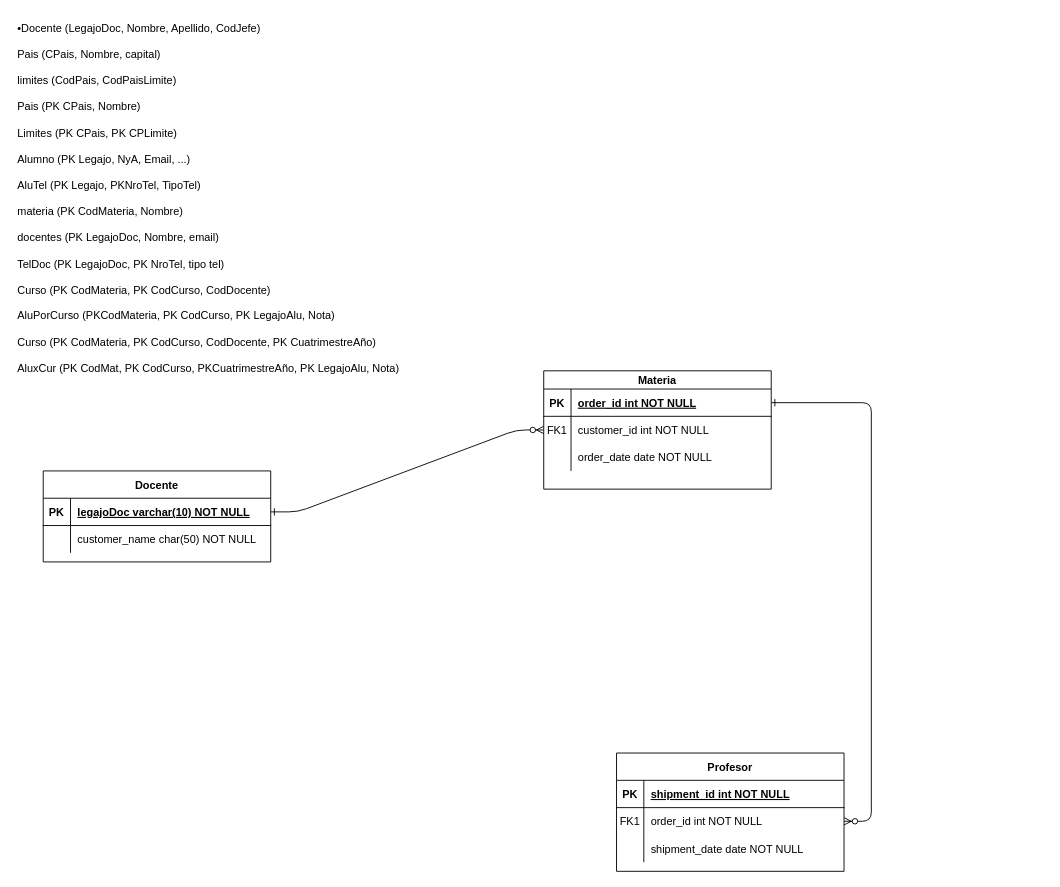
Above: Diagrama sin título.drawio in phoenix1179/BD (draw.io), before the change. Source tidied: cells renumbered, new cells numbered last; positions are measured from the earlier drawing's top-left corner, leaving out a move shared by most shapes. Both pictures are drawn from the tidied source at 91%, with x=0, y=0 at pixel (15, 15).
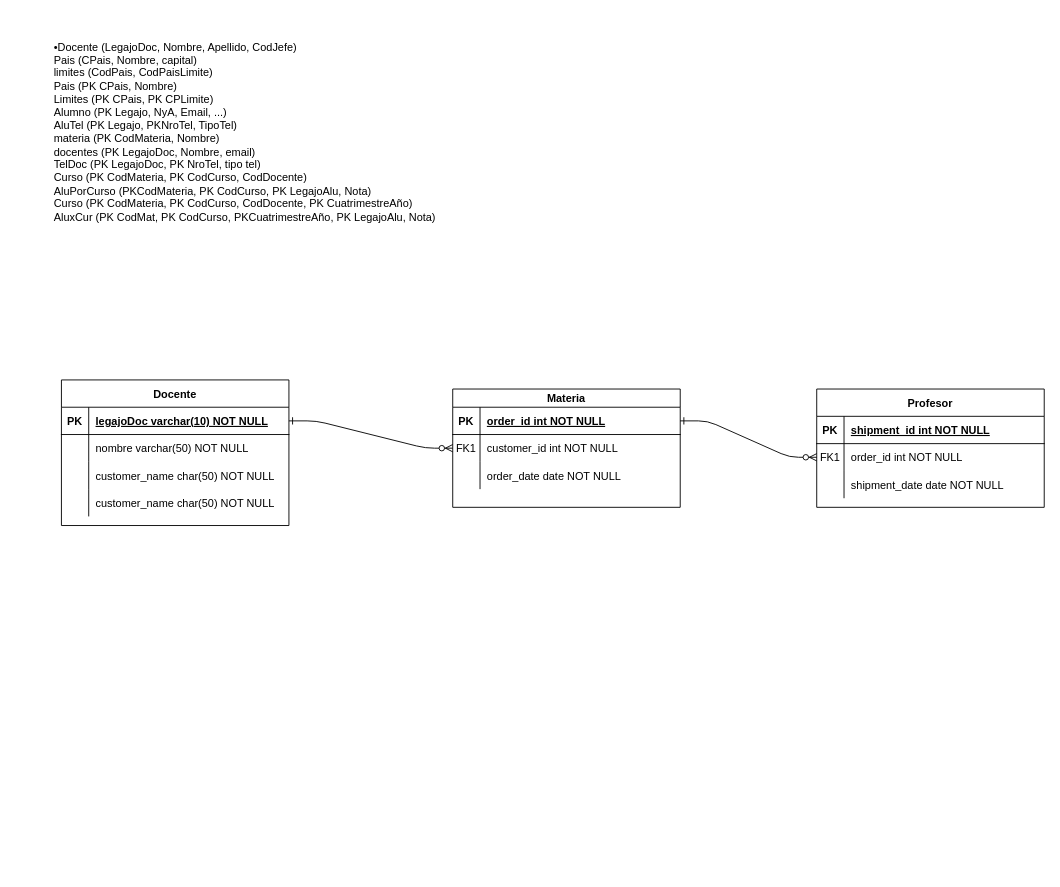
The same page after the edit.

Unchanged cells that the change refers to:
```xml
<mxCell id="28" style="shape=partialRectangle;fillColor=none;top=0;left=0;right=0;bottom=0;" parent="24" vertex="1">
  <mxGeometry y="60" width="250" height="30" as="geometry" />
</mxCell>
```

Change to the diagram source:
```diff
@@
     <mxCell id="4" value="Materia" style="shape=table;startSize=20;childLayout=tableLayout;rowLines=0;fontStyle=1;align=center;" parent="1" vertex="1">
-      <mxGeometry x="580" y="390" width="250" height="130" as="geometry" />
+      <mxGeometry x="480" y="410" width="250" height="130" as="geometry" />
     </mxCell>
@@
     <mxCell id="14" value="&#10;Profesor&#10;" style="shape=table;startSize=30;childLayout=tableLayout;rowLines=0;fontStyle=1;align=center;" parent="1" vertex="1">
-      <mxGeometry x="660" y="810" width="250" height="130" as="geometry" />
+      <mxGeometry x="880" y="410" width="250" height="130" as="geometry" />
     </mxCell>
@@
     <mxCell id="24" value="Docente" style="shape=table;startSize=30;childLayout=tableLayout;rowLines=0;fontStyle=1;align=center;" parent="1" vertex="1">
-      <mxGeometry x="30" y="500" width="250" height="100" as="geometry" />
+      <mxGeometry x="50" y="400" width="250" height="160" as="geometry" />
     </mxCell>
@@
-    <mxCell id="30" value="customer_name char(50) NOT NULL" style="shape=partialRectangle;overflow=hidden;fillColor=none;top=0;left=0;bottom=0;right=0;align=left;spacingLeft=6;" parent="28" vertex="1">
+    <mxCell id="30" value="nombre varchar(50) NOT NULL" style="shape=partialRectangle;overflow=hidden;fillColor=none;top=0;left=0;bottom=0;right=0;align=left;spacingLeft=6;" parent="28" vertex="1">
       <mxGeometry x="30" width="220" height="30" as="geometry" />
     </mxCell>
+    <mxCell id="32" style="shape=partialRectangle;fillColor=none;top=0;left=0;right=0;bottom=0;" parent="24" vertex="1">
+      <mxGeometry y="90" width="250" height="30" as="geometry" />
+    </mxCell>
+    <mxCell id="33" style="shape=partialRectangle;overflow=hidden;fillColor=none;top=0;left=0;bottom=0;right=0;" parent="32" vertex="1">
+      <mxGeometry width="30" height="30" as="geometry" />
+    </mxCell>
+    <mxCell id="34" value="customer_name char(50) NOT NULL" style="shape=partialRectangle;overflow=hidden;fillColor=none;top=0;left=0;bottom=0;right=0;align=left;spacingLeft=6;" parent="32" vertex="1">
+      <mxGeometry x="30" width="220" height="30" as="geometry" />
+    </mxCell>
+    <mxCell id="35" style="shape=partialRectangle;fillColor=none;top=0;left=0;right=0;bottom=0;" parent="24" vertex="1">
+      <mxGeometry y="120" width="250" height="30" as="geometry" />
+    </mxCell>
+    <mxCell id="36" style="shape=partialRectangle;overflow=hidden;fillColor=none;top=0;left=0;bottom=0;right=0;" parent="35" vertex="1">
+      <mxGeometry width="30" height="30" as="geometry" />
+    </mxCell>
+    <mxCell id="37" value="customer_name char(50) NOT NULL" style="shape=partialRectangle;overflow=hidden;fillColor=none;top=0;left=0;bottom=0;right=0;align=left;spacingLeft=6;" parent="35" vertex="1">
+      <mxGeometry x="30" width="220" height="30" as="geometry" />
+    </mxCell>
-    <mxCell id="31" value="&lt;div style=&quot;text-align: justify;&quot;&gt;•Docente (LegajoDoc, Nombre, Apellido, CodJefe)&lt;/div&gt;&lt;div style=&quot;text-align: justify;&quot;&gt;&lt;br&gt;&lt;/div&gt;&lt;div style=&quot;text-align: justify;&quot;&gt;Pais (CPais, Nombre, capital)&lt;/div&gt;&lt;div style=&quot;text-align: justify;&quot;&gt;&lt;span style=&quot;white-space: pre;&quot;&gt;&amp;nbsp;&amp;nbsp;&amp;nbsp;&amp;nbsp;&lt;/span&gt;&lt;/div&gt;&lt;div style=&quot;text-align: justify;&quot;&gt;limites (CodPais, CodPaisLimite)&lt;/div&gt;&lt;div style=&quot;text-align: justify;&quot;&gt;&lt;br&gt;&lt;/div&gt;&lt;div style=&quot;text-align: justify;&quot;&gt;Pais (PK CPais, Nombre)&lt;/div&gt;&lt;div style=&quot;text-align: justify;&quot;&gt;&lt;br&gt;&lt;/div&gt;&lt;div style=&quot;text-align: justify;&quot;&gt;Limites (PK CPais, PK CPLimite)&lt;/div&gt;&lt;div style=&quot;text-align: justify;&quot;&gt;&lt;br&gt;&lt;/div&gt;&lt;div style=&quot;text-align: justify;&quot;&gt;Alumno (PK Legajo, NyA, Email, ...)&lt;/div&gt;&lt;div style=&quot;text-align: justify;&quot;&gt;&lt;span style=&quot;&quot;&gt;&lt;span style=&quot;&quot;&gt;&lt;span style=&quot;white-space: pre;&quot;&gt;&amp;nbsp;&amp;nbsp;&amp;nbsp;&amp;nbsp;&lt;/span&gt;&lt;/span&gt;&amp;nbsp;&lt;/span&gt;&lt;/div&gt;&lt;div style=&quot;text-align: justify;&quot;&gt;AluTel (PK Legajo, PKNroTel, TipoTel)&lt;/div&gt;&lt;div style=&quot;text-align: justify;&quot;&gt;&lt;br&gt;&lt;/div&gt;&lt;div style=&quot;text-align: justify;&quot;&gt;materia (PK CodMateria, Nombre)&lt;/div&gt;&lt;div style=&quot;text-align: justify;&quot;&gt;&lt;br&gt;&lt;/div&gt;&lt;div style=&quot;text-align: justify;&quot;&gt;docentes (PK LegajoDoc, Nombre, email)&lt;/div&gt;&lt;div style=&quot;text-align: justify;&quot;&gt;&lt;br&gt;&lt;/div&gt;&lt;div style=&quot;text-align: justify;&quot;&gt;TelDoc (PK LegajoDoc, PK NroTel, tipo tel)&lt;/div&gt;&lt;div style=&quot;text-align: justify;&quot;&gt;&lt;br&gt;&lt;/div&gt;&lt;div style=&quot;text-align: justify;&quot;&gt;Curso (PK CodMateria, PK CodCurso, CodDocente)&lt;/div&gt;&lt;div style=&quot;text-align: justify;&quot;&gt;&lt;br&gt;&lt;/div&gt;&lt;div style=&quot;text-align: justify;&quot;&gt;AluPorCurso (PKCodMateria, PK CodCurso, PK LegajoAlu, Nota)&lt;/div&gt;&lt;div style=&quot;text-align: justify;&quot;&gt;&lt;br&gt;&lt;/div&gt;&lt;div style=&quot;text-align: justify;&quot;&gt;Curso (PK CodMateria, PK CodCurso, CodDocente, PK CuatrimestreAño)&lt;/div&gt;&lt;div style=&quot;text-align: justify;&quot;&gt;&lt;span style=&quot;&quot;&gt;&lt;span style=&quot;&quot;&gt;&lt;span style=&quot;white-space: pre;&quot;&gt;&amp;nbsp;&amp;nbsp;&amp;nbsp;&amp;nbsp;&lt;/span&gt;&lt;/span&gt;&amp;nbsp;&lt;/span&gt;&lt;/div&gt;&lt;div style=&quot;text-align: justify;&quot;&gt;AluxCur (PK CodMat, PK CodCurso, PKCuatrimestreAño, PK LegajoAlu, Nota)&lt;/div&gt;&lt;div style=&quot;text-align: justify;&quot;&gt;&lt;span style=&quot;&quot;&gt;&lt;span style=&quot;&quot;&gt;&lt;span style=&quot;white-space: pre;&quot;&gt;&amp;nbsp;&amp;nbsp;&amp;nbsp;&amp;nbsp;&lt;/span&gt;&lt;/span&gt;&amp;nbsp;&lt;/span&gt;&lt;/div&gt;&lt;div style=&quot;text-align: justify;&quot;&gt;&lt;br&gt;&lt;/div&gt;" style="text;html=1;align=left;verticalAlign=middle;strokeColor=none;fillColor=none;" parent="1" vertex="1">
-      <mxGeometry width="440" height="430" as="geometry" />
+    <mxCell id="31" value="&lt;div style=&quot;text-align: justify;&quot;&gt;•Docente (LegajoDoc, Nombre, Apellido, CodJefe)&lt;/div&gt;&lt;div style=&quot;text-align: justify;&quot;&gt;Pais (CPais, Nombre, capital)&lt;span style=&quot;white-space: pre; background-color: initial;&quot;&gt;&amp;nbsp;&amp;nbsp;&amp;nbsp;&amp;nbsp;&lt;/span&gt;&lt;/div&gt;&lt;div style=&quot;text-align: justify;&quot;&gt;limites (CodPais, CodPaisLimite)&lt;/div&gt;&lt;div style=&quot;text-align: justify;&quot;&gt;Pais (PK CPais, Nombre)&lt;/div&gt;&lt;div style=&quot;text-align: justify;&quot;&gt;Limites (PK CPais, PK CPLimite)&lt;/div&gt;&lt;div style=&quot;text-align: justify;&quot;&gt;Alumno (PK Legajo, NyA, Email, ...)&lt;span style=&quot;background-color: initial;&quot;&gt;&lt;span style=&quot;white-space: pre;&quot;&gt;&amp;nbsp;&amp;nbsp;&amp;nbsp;&amp;nbsp;&lt;/span&gt;&lt;/span&gt;&lt;span style=&quot;background-color: initial;&quot;&gt;&amp;nbsp;&lt;/span&gt;&lt;/div&gt;&lt;div style=&quot;text-align: justify;&quot;&gt;AluTel (PK Legajo, PKNroTel, TipoTel)&lt;/div&gt;&lt;div style=&quot;text-align: justify;&quot;&gt;materia (PK CodMateria, Nombre)&lt;/div&gt;&lt;div style=&quot;text-align: justify;&quot;&gt;docentes (PK LegajoDoc, Nombre, email)&lt;/div&gt;&lt;div style=&quot;text-align: justify;&quot;&gt;TelDoc (PK LegajoDoc, PK NroTel, tipo tel)&lt;/div&gt;&lt;div style=&quot;text-align: justify;&quot;&gt;Curso (PK CodMateria, PK CodCurso, CodDocente)&lt;/div&gt;&lt;div style=&quot;text-align: justify;&quot;&gt;AluPorCurso (PKCodMateria, PK CodCurso, PK LegajoAlu, Nota)&lt;/div&gt;&lt;div style=&quot;text-align: justify;&quot;&gt;Curso (PK CodMateria, PK CodCurso, CodDocente, PK CuatrimestreAño)&lt;span style=&quot;background-color: initial;&quot;&gt;&lt;span style=&quot;white-space: pre;&quot;&gt;&amp;nbsp;&amp;nbsp;&amp;nbsp;&amp;nbsp;&lt;/span&gt;&lt;/span&gt;&lt;span style=&quot;background-color: initial;&quot;&gt;&amp;nbsp;&lt;/span&gt;&lt;/div&gt;&lt;div style=&quot;text-align: justify;&quot;&gt;AluxCur (PK CodMat, PK CodCurso, PKCuatrimestreAño, PK LegajoAlu, Nota)&lt;span style=&quot;background-color: initial;&quot;&gt;&lt;span style=&quot;white-space: pre;&quot;&gt;&amp;nbsp;&amp;nbsp;&lt;/span&gt;&lt;/span&gt;&lt;span style=&quot;background-color: initial;&quot;&gt;&amp;nbsp;&lt;/span&gt;&lt;/div&gt;&lt;div style=&quot;text-align: justify;&quot;&gt;&lt;br&gt;&lt;/div&gt;" style="text;html=1;align=left;verticalAlign=middle;strokeColor=none;fillColor=none;" parent="1" vertex="1">
+      <mxGeometry x="40" y="20" width="450" height="230" as="geometry" />
     </mxCell>
```
